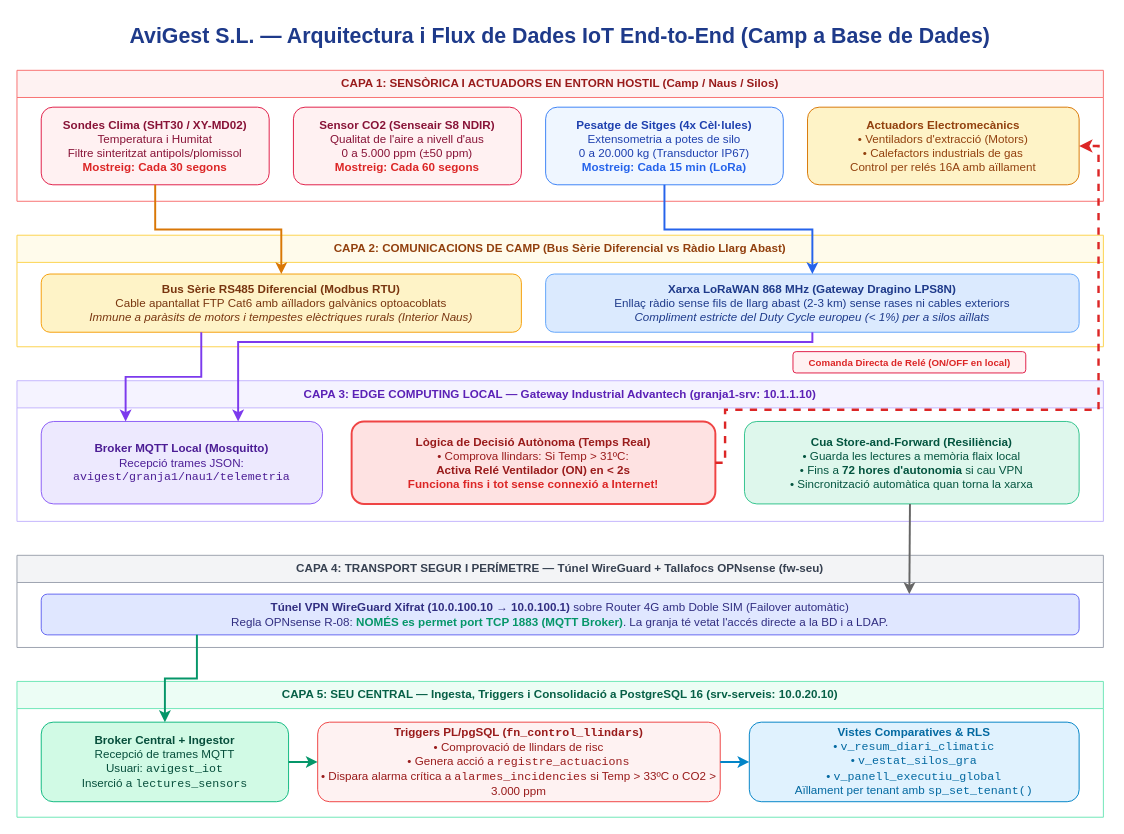
JoanGarcia25/avigest-projecte keeps this draw.io diagram as docs/diagrames/esquema_flux_iot.drawio. Above is the earlier version. Source tidied: cells renumbered, new cells numbered last; positions are measured from the earlier drawing's top-left corner, leaving out a move shared by most shapes. Both pictures are drawn from the tidied source at 97%, with x=0, y=0 at pixel (16, 16).
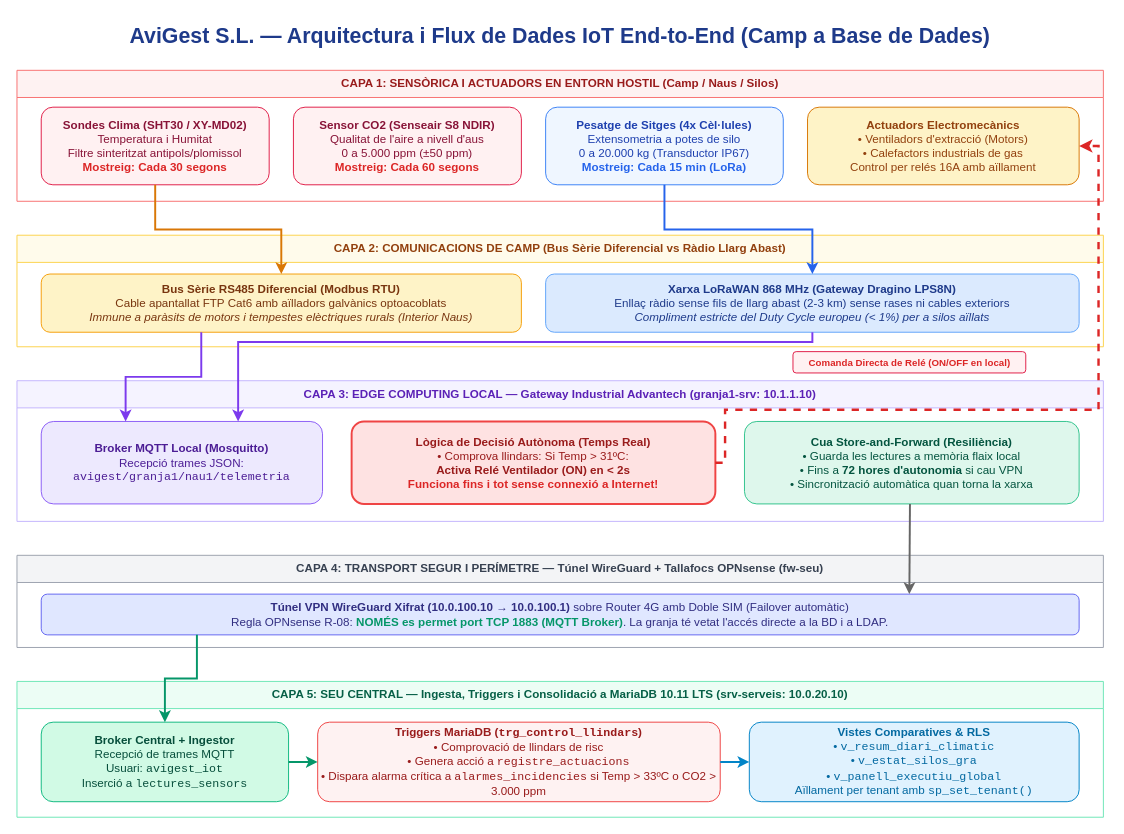
The same page after the edit.

Diff of the diagram source:
```diff
@@
-    <mxCell id="17" value="CAPA 5: SEU CENTRAL — Ingesta, Triggers i Consolidació a PostgreSQL 16 (srv-serveis: 10.0.20.10)" style="swimlane;whiteSpace=wrap;html=1;fillColor=#ECFDF5;strokeColor=#6EE7B7;fontStyle=1;fontColor=#065F46;startSize=28;" parent="1" vertex="1">
+    <mxCell id="17" value="CAPA 5: SEU CENTRAL — Ingesta, Triggers i Consolidació a MariaDB 10.11 LTS (srv-serveis: 10.0.20.10)" style="swimlane;whiteSpace=wrap;html=1;fillColor=#ECFDF5;strokeColor=#6EE7B7;fontStyle=1;fontColor=#065F46;startSize=28;" parent="1" vertex="1">
       <mxGeometry y="685" width="1120" height="140" as="geometry" />
     </mxCell>
@@
-    <mxCell id="19" value="&lt;b&gt;Triggers PL/pgSQL (&lt;code&gt;fn_control_llindars&lt;/code&gt;)&lt;/b&gt;&lt;br&gt;• Comprovació de llindars de risc&lt;br&gt;• Genera acció a &lt;code&gt;registre_actuacions&lt;/code&gt;&lt;br&gt;• Dispara alarma crítica a &lt;code&gt;alarmes_incidencies&lt;/code&gt; si Temp &amp;gt; 33ºC o CO2 &amp;gt; 3.000 ppm" style="rounded=1;whiteSpace=wrap;html=1;fillColor=#FEF2F2;strokeColor=#EF4444;fontColor=#991B1B;" parent="17" vertex="1">
+    <mxCell id="19" value="&lt;b&gt;Triggers MariaDB (&lt;code&gt;trg_control_llindars&lt;/code&gt;)&lt;/b&gt;&lt;br&gt;• Comprovació de llindars de risc&lt;br&gt;• Genera acció a &lt;code&gt;registre_actuacions&lt;/code&gt;&lt;br&gt;• Dispara alarma crítica a &lt;code&gt;alarmes_incidencies&lt;/code&gt; si Temp &amp;gt; 33ºC o CO2 &amp;gt; 3.000 ppm" style="rounded=1;whiteSpace=wrap;html=1;fillColor=#FEF2F2;strokeColor=#EF4444;fontColor=#991B1B;" parent="17" vertex="1">
       <mxGeometry x="310" y="42" width="415" height="82" as="geometry" />
     </mxCell>
```
